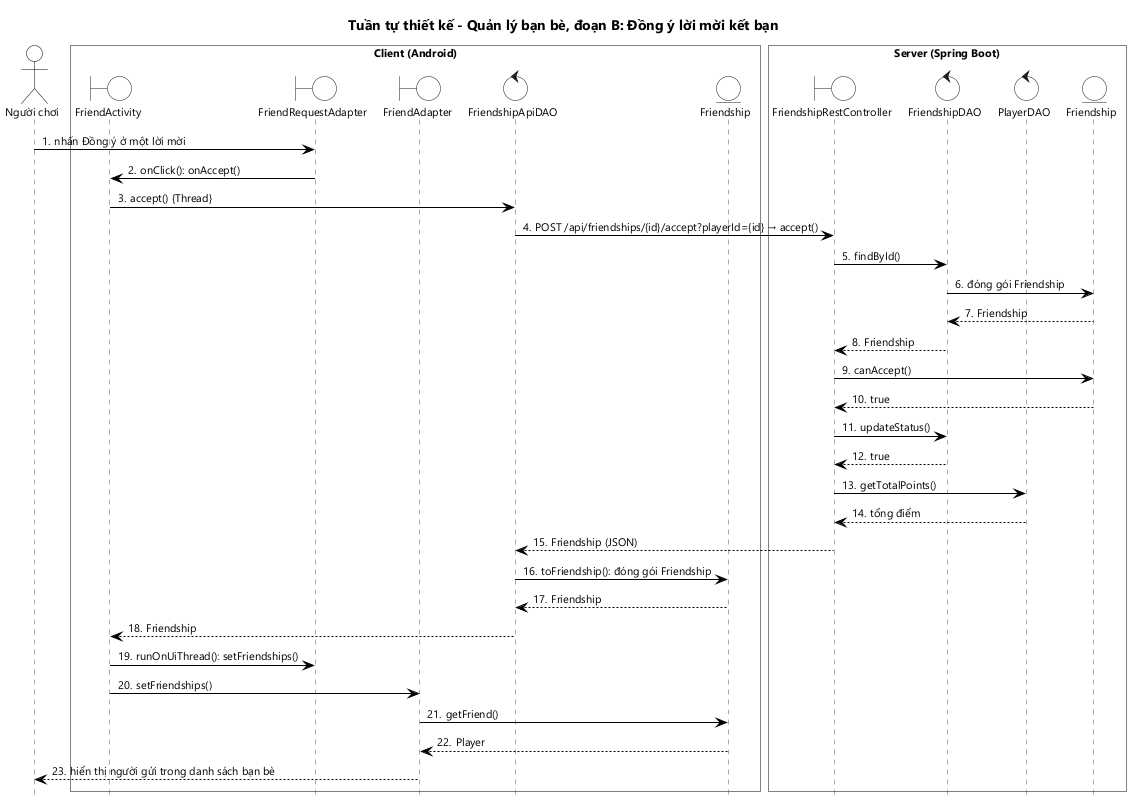
Before: docs/hung/tuan-tu-thiet-ke-uc07b.png, a diagram exported from PlantUML (HungNguyenBa1811/math-dash). Source of this version:
```plantuml
@startuml tuan-tu-thiet-ke-uc07b
!include _seq.iuml
title Tuần tự thiết kế - Quản lý bạn bè, đoạn B: Đồng ý lời mời kết bạn

actor "Người chơi" as U
box "Client (Android)" #FFFFFF
boundary FriendActivity as FA
boundary FriendRequestAdapter as FRA
boundary FriendAdapter as FAD
control FriendshipApiDAO as FSAD
entity Friendship as F
end box
box "Server (Spring Boot)" #FFFFFF
boundary "FriendshipRestController" as FRC
control "FriendshipDAO" as FD
control "PlayerDAO" as PD
entity "Friendship" as SF
end box

U -> FRA : nhấn Đồng ý ở một lời mời
FRA -> FA : onClick(): onAccept()
FA -> FSAD : accept() {Thread}
FSAD -> FRC : POST /api/friendships/{id}/accept?playerId={id} → accept()
FRC -> FD : findById()
FD -> SF : đóng gói Friendship
SF --> FD : Friendship
FD --> FRC : Friendship
FRC -> SF : canAccept()
SF --> FRC : true
FRC -> FD : updateStatus()
FD --> FRC : true
FRC -> PD : getTotalPoints()
PD --> FRC : tổng điểm
FRC --> FSAD : Friendship (JSON)
FSAD -> F : toFriendship(): đóng gói Friendship
F --> FSAD : Friendship
FSAD --> FA : Friendship
FA -> FRA : runOnUiThread(): setFriendships()
FA -> FAD : setFriendships()
FAD -> F : getFriend()
F --> FAD : Player
FAD --> U : hiển thị người gửi trong danh sách bạn bè
@enduml
```
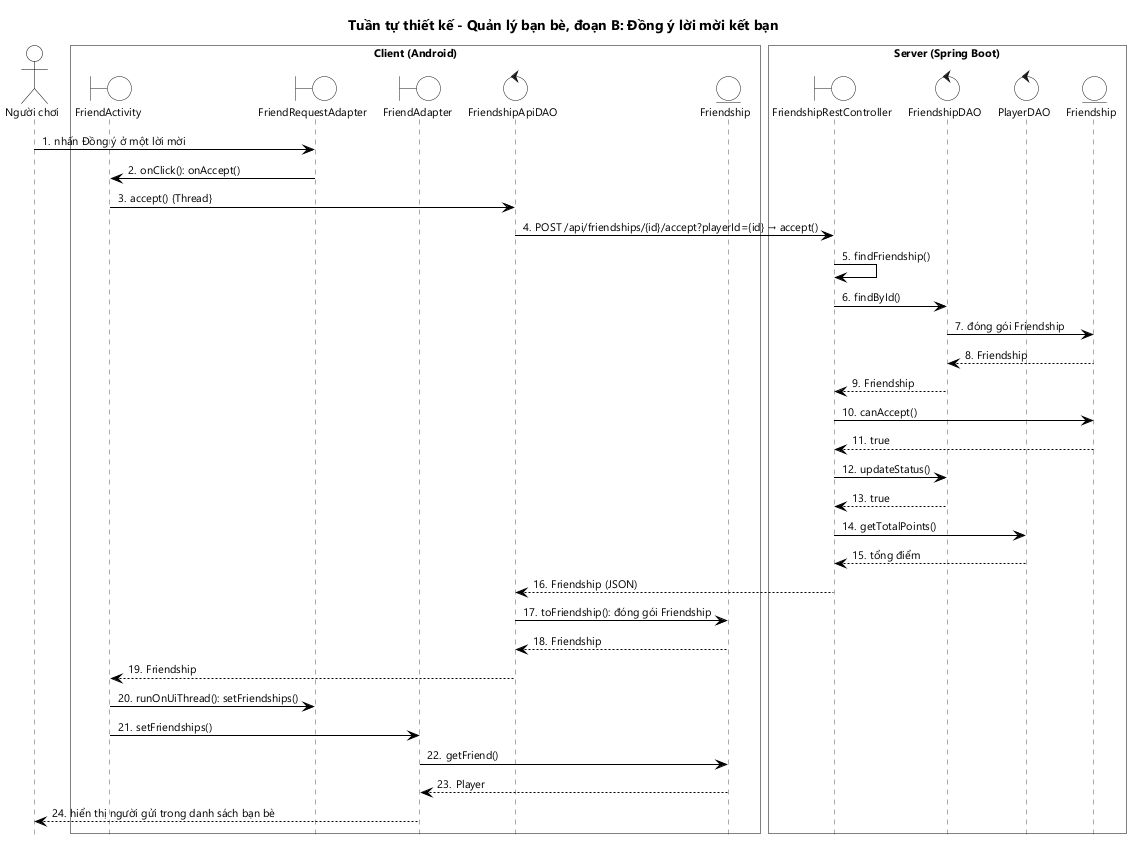
Above is the later version.

Change to the diagram source:
```diff
@@ -21,6 +21,7 @@
 FRA -> FA : onClick(): onAccept()
 FA -> FSAD : accept() {Thread}
 FSAD -> FRC : POST /api/friendships/{id}/accept?playerId={id} → accept()
+FRC -> FRC : findFriendship()
 FRC -> FD : findById()
 FD -> SF : đóng gói Friendship
 SF --> FD : Friendship
```
